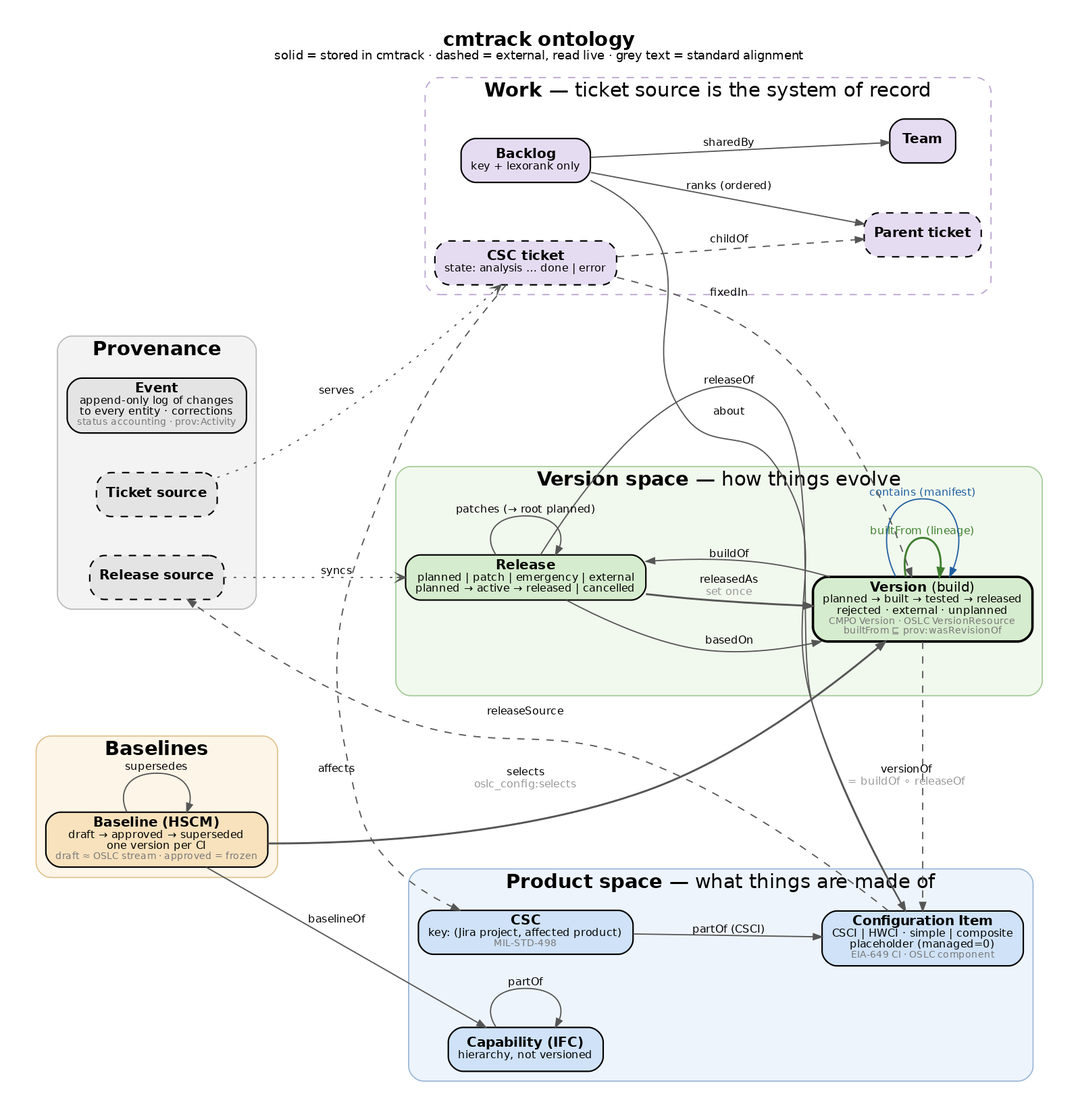
This is docs/ontology.png from fillet54/Cmstatus, a Graphviz export, as it was before one commit. Its source is kept beside it as docs/ontology.dot. Source of this version:
```dot
digraph cmtrack {
  graph [rankdir=LR, fontname="Helvetica", fontsize=12, nodesep=0.45, ranksep=0.9, pad=0.3,
         label=<<b>cmtrack ontology</b><br/><font point-size="10">solid = stored in cmtrack · dashed = external, read live · grey text = standard alignment</font>>,
         labelloc=t, fontsize=16];
  node  [shape=box, style="rounded,filled", fontname="Helvetica", fontsize=11, penwidth=1.2];
  edge  [fontname="Helvetica", fontsize=9, color="#555555", arrowsize=0.7];

  subgraph cluster_product {
    label=<<b>Product space</b> — what things are made of>; style="rounded,filled"; fillcolor="#eef4fb"; color="#9bb8d8";
    CI  [label=<<b>Configuration Item</b><br/><font point-size="9">CSCI | HWCI · simple | composite<br/>placeholder (managed=0)</font><br/><font point-size="8" color="#777777">EIA-649 CI · OSLC component</font>>, fillcolor="#cfe2f7"];
    CSC [label=<<b>CSC</b><br/><font point-size="9">key: (Jira project, affected product)</font><br/><font point-size="8" color="#777777">MIL-STD-498</font>>, fillcolor="#cfe2f7"];
    Cap [label=<<b>Capability (IFC)</b><br/><font point-size="9">hierarchy, not versioned</font>>, fillcolor="#cfe2f7"];
  }

  subgraph cluster_version {
    label=<<b>Version space</b> — how things evolve>; style="rounded,filled"; fillcolor="#f1f8ee"; color="#a6cc98";
    Rel [label=<<b>Release</b><br/><font point-size="9">planned | patch | emergency | external<br/>planned → active → released | cancelled</font>>, fillcolor="#d6ecce"];
    Ver [label=<<b>Version</b> (build)<br/><font point-size="9">planned → built → tested → released<br/>rejected · external · unplanned</font><br/><font point-size="8" color="#777777">CMPO Version · OSLC VersionResource<br/>builtFrom ⊑ prov:wasRevisionOf</font>>, fillcolor="#d6ecce", penwidth=2];
  }

  subgraph cluster_baseline {
    label=<<b>Baselines</b>>; style="rounded,filled"; fillcolor="#fdf5e8"; color="#e0c38f";
    Base [label=<<b>Baseline (HSCM)</b><br/><font point-size="9">draft → approved → superseded<br/>one version per CI</font><br/><font point-size="8" color="#777777">draft ≈ OSLC stream · approved = frozen</font>>, fillcolor="#f7e2bd"];
  }

  subgraph cluster_work {
    label=<<b>Work</b> — ticket source is the system of record>; style="rounded,dashed"; color="#b9a3d1"; fillcolor="#f7f3fb";
    PT  [label=<<b>Parent ticket</b>>, style="rounded,filled,dashed", fillcolor="#e6dcf2"];
    CT  [label=<<b>CSC ticket</b><br/><font point-size="9">state: analysis … done | error</font>>, style="rounded,filled,dashed", fillcolor="#e6dcf2"];
    Back [label=<<b>Backlog</b><br/><font point-size="9">key + lexorank only</font>>, fillcolor="#e6dcf2"];
    Team [label=<<b>Team</b>>, fillcolor="#e6dcf2"];
  }

  subgraph cluster_prov {
    label=<<b>Provenance</b>>; style="rounded,filled"; fillcolor="#f3f3f3"; color="#bbbbbb";
    Ev  [label=<<b>Event</b><br/><font point-size="9">append-only log of changes<br/>to every entity · corrections</font><br/><font point-size="8" color="#777777">status accounting · prov:Activity</font>>, fillcolor="#e4e4e4"];
    RS  [label=<<b>Release source</b>>, style="rounded,filled,dashed", fillcolor="#e4e4e4"];
    TS  [label=<<b>Ticket source</b>>, style="rounded,filled,dashed", fillcolor="#e4e4e4"];
  }

  CSC -> CI  [label="partOf (CSCI)"];
  Cap -> Cap [label="partOf"];

  Rel -> CI  [label="releaseOf"];
  Ver -> Rel [label="buildOf"];
  Ver -> CI  [label=<versionOf<br/><font color="#999999">= buildOf ∘ releaseOf</font>>, style=dashed, constraint=false];
  Ver -> Ver [label="builtFrom (lineage)", color="#3f7f2f", fontcolor="#3f7f2f", penwidth=1.6];
  Ver -> Ver [label="contains (manifest)", color="#1f5fa0", fontcolor="#1f5fa0"];
  Rel -> Rel [label="patches (→ root planned)"];
  Rel -> Ver [label="basedOn"];
  Rel -> Ver [label=<releasedAs<br/><font color="#999999">set once</font>>, penwidth=1.6];

  Base -> Cap  [label="baselineOf"];
  Base -> Ver  [label=<selects<br/><font color="#999999">oslc_config:selects</font>>, penwidth=1.6];
  Base -> Base [label="supersedes"];

  CT -> PT   [label="childOf", style=dashed];
  CT -> CSC  [label="affects", style=dashed];
  CT -> Ver  [label="fixedIn", style=dashed];
  Back -> PT [label="ranks (ordered)"];
  Back -> Team [label="sharedBy"];
  Back -> CI [label="about", constraint=false];

  CI -> RS [label="releaseSource", style=dashed];
  RS -> Rel [label="syncs", style=dotted, arrowhead=vee];
  TS -> CT  [label="serves", style=dotted, arrowhead=vee];
}
```
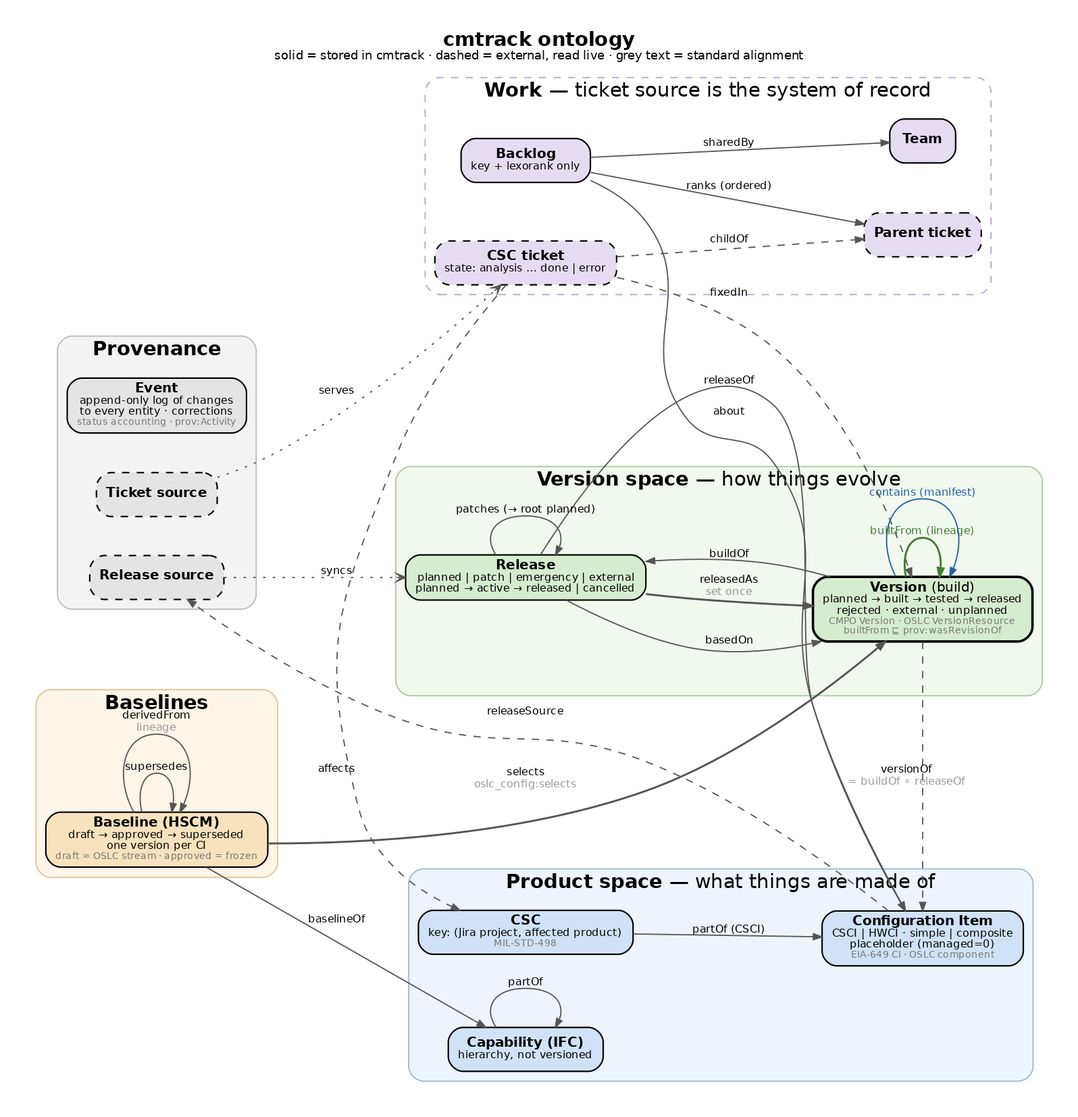
Above is the later version.

Diff of the diagram source:
```diff
@@ -53,6 +53,7 @@
   Base -> Cap  [label="baselineOf"];
   Base -> Ver  [label=<selects<br/><font color="#999999">oslc_config:selects</font>>, penwidth=1.6];
   Base -> Base [label="supersedes"];
+  Base -> Base [label=<derivedFrom<br/><font color="#999999">lineage</font>>];
 
   CT -> PT   [label="childOf", style=dashed];
   CT -> CSC  [label="affects", style=dashed];
```
